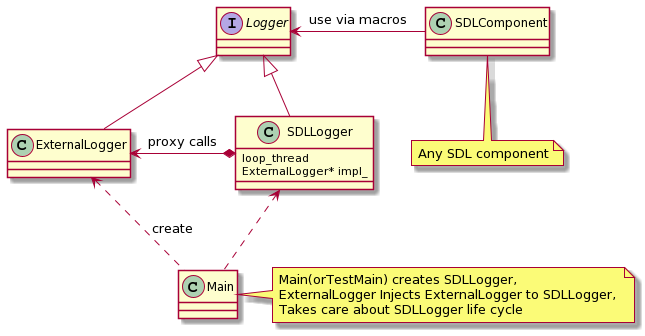
Above: docs/Developer Documentation/Logger/assets/high_level_design.png in smartdevicelink/sdl_core_guides (PlantUML), before the change. The source it was exported from:
```plantuml
@startuml
interface Logger

class SDLLogger {
  loop_thread
  ExternalLogger* impl_
}

class ExternalLogger


SDLLogger -up-|> Logger
ExternalLogger -up-|> Logger

SDLLogger *-left-> ExternalLogger : proxy calls

class SDLComponent
SDLComponent -left-> Logger : use via macros
note "Any SDL component" as N1
SDLComponent .. N1

class Main

Main .up.> SDLLogger
Main  .up.> ExternalLogger : create
note "Main(orTestMain) creates SDLLogger,  \nExternalLogger Injects ExternalLogger to SDLLogger, \nTakes care about SDLLogger life cycle" as N2

N2 .left. Main
@enduml
```
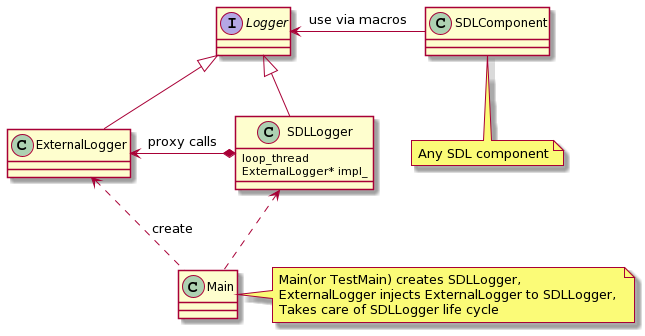
After the commit.

Change to the diagram source:
```diff
@@ -23,7 +23,7 @@
 
 Main .up.> SDLLogger
 Main  .up.> ExternalLogger : create
-note "Main(orTestMain) creates SDLLogger,  \nExternalLogger Injects ExternalLogger to SDLLogger, \nTakes care about SDLLogger life cycle" as N2
+note "Main(or TestMain) creates SDLLogger,  \nExternalLogger injects ExternalLogger to SDLLogger, \nTakes care of SDLLogger life cycle" as N2
 
 N2 .left. Main
 @enduml
```
